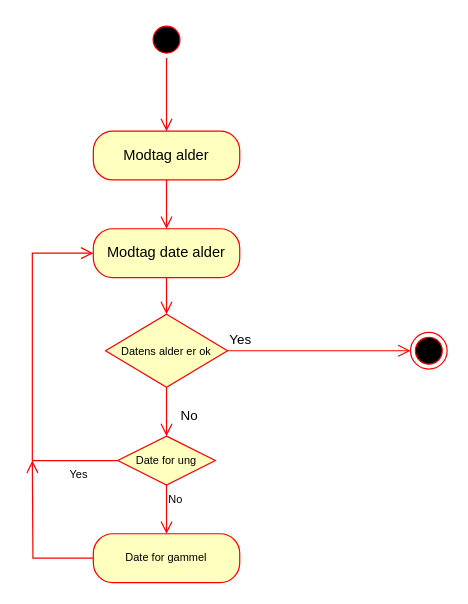
Above: Uge 7 - Metoder/dateTooYoung/Untitled Diagram.drawio in FHallengreen/1.-Semester (draw.io), before the change. Source tidied: cells renumbered, new cells numbered last; positions are measured from the earlier drawing's top-left corner, leaving out a move shared by most shapes. Both pictures are drawn from the tidied source at 122%, with x=0, y=0 at pixel (32, 21).
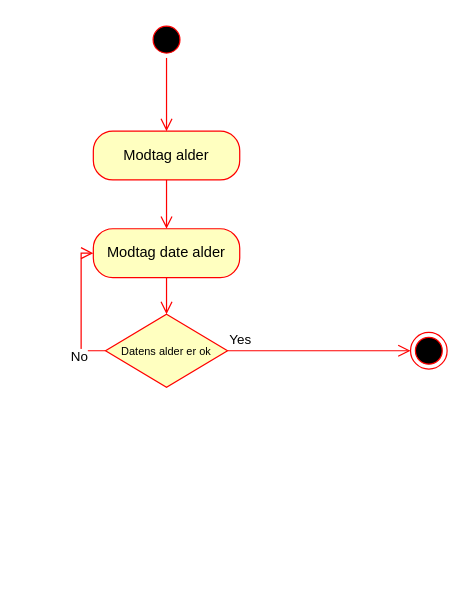
Above is the later version.

Unchanged cells that the change refers to:
```xml
<mxCell id="6" value="Modtag date alder" style="rounded=1;whiteSpace=wrap;html=1;arcSize=40;fontColor=#000000;fillColor=#ffffc0;strokeColor=#ff0000;" parent="1" vertex="1">
  <mxGeometry x="50" y="170" width="120" height="40" as="geometry" />
</mxCell>
<mxCell id="8" value="&lt;font style=&quot;font-size: 9px&quot;&gt;Datens alder er ok&lt;/font&gt;" style="rhombus;whiteSpace=wrap;html=1;fillColor=#ffffc0;strokeColor=#ff0000;" parent="1" vertex="1">
  <mxGeometry x="60" y="240" width="100" height="60" as="geometry" />
</mxCell>
```

Diff of the diagram source:
```diff
@@
-    <mxCell id="10" value="No" style="edgeStyle=orthogonalEdgeStyle;html=1;align=left;verticalAlign=top;endArrow=open;endSize=8;strokeColor=#ff0000;rounded=0;" parent="1" edge="1" source="8">
-      <mxGeometry x="-0.5" y="10" relative="1" as="geometry">
-        <mxPoint x="110" y="340" as="targetPoint" />
-      </mxGeometry>
+    <mxCell id="10" value="No" style="edgeStyle=orthogonalEdgeStyle;html=1;align=left;verticalAlign=top;endArrow=open;endSize=8;strokeColor=#ff0000;rounded=0;entryX=0;entryY=0.5;entryDx=0;entryDy=0;exitX=0;exitY=0.5;exitDx=0;exitDy=0;" parent="1" edge="1" source="8" target="6">
+      <mxGeometry x="-0.5" y="10" relative="1" as="geometry" />
     </mxCell>
@@
-    <mxCell id="12" value="Date for ung" style="rhombus;whiteSpace=wrap;html=1;fillColor=#ffffc0;strokeColor=#ff0000;fontSize=9;" parent="1" vertex="1">
-      <mxGeometry x="70" y="340" width="80" height="40" as="geometry" />
-    </mxCell>
-    <mxCell id="13" value="Yes" style="edgeStyle=orthogonalEdgeStyle;html=1;align=left;verticalAlign=bottom;endArrow=open;endSize=8;strokeColor=#ff0000;rounded=0;fontSize=9;entryX=0;entryY=0.5;entryDx=0;entryDy=0;" parent="1" edge="1" source="12" target="6">
-      <mxGeometry x="-0.72" y="20" relative="1" as="geometry">
-        <Array as="points">
-          <mxPoint y="360" />
-          <mxPoint y="190" />
-        </Array>
-      </mxGeometry>
-    </mxCell>
-    <mxCell id="14" value="No" style="edgeStyle=orthogonalEdgeStyle;html=1;align=left;verticalAlign=top;endArrow=open;endSize=8;strokeColor=#ff0000;rounded=0;fontSize=9;" parent="1" edge="1" source="12">
-      <mxGeometry x="-1" relative="1" as="geometry">
-        <mxPoint x="110" y="420" as="targetPoint" />
-      </mxGeometry>
-    </mxCell>
-    <mxCell id="15" value="Date for gammel" style="rounded=1;whiteSpace=wrap;html=1;arcSize=40;fontColor=#000000;fillColor=#ffffc0;strokeColor=#ff0000;fontSize=9;" parent="1" vertex="1">
-      <mxGeometry x="50" y="420" width="120" height="40" as="geometry" />
-    </mxCell>
-    <mxCell id="16" style="edgeStyle=orthogonalEdgeStyle;html=1;verticalAlign=bottom;endArrow=open;endSize=8;strokeColor=#ff0000;rounded=0;fontSize=9;" parent="1" edge="1" source="15">
-      <mxGeometry relative="1" as="geometry">
-        <mxPoint y="360" as="targetPoint" />
-      </mxGeometry>
-    </mxCell>
```
